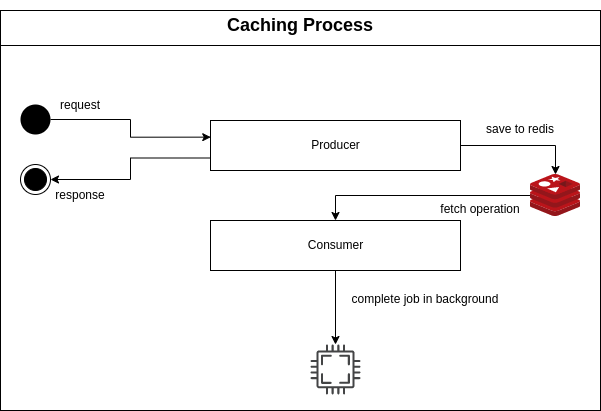
The draw.io diagram diagram-queue.png in Tobils/nestjs-queue, before a commit. Source tidied: cells renumbered, new cells last; positions are measured from the earlier drawing's top-left corner, leaving out a move shared by most shapes. The source it was exported from:
```xml
<mxGraphModel>
  <root>
    <mxCell id="0" />
    <mxCell id="1" parent="0" />
    <mxCell id="2" style="group;" parent="1" vertex="1">
      <mxGeometry width="600" height="400" as="geometry" />
    </mxCell>
    <mxCell id="3" style="html=1;fillColor=none;" parent="2" vertex="1">
      <mxGeometry width="600" height="400" as="geometry" />
    </mxCell>
    <mxCell id="4" value="Producer" style="html=1;" parent="2" vertex="1">
      <mxGeometry x="210" y="110" width="250" height="50" as="geometry" />
    </mxCell>
    <mxCell id="5" value="Consumer" style="html=1;" parent="2" vertex="1">
      <mxGeometry x="210" y="210" width="250" height="50" as="geometry" />
    </mxCell>
    <mxCell id="6" style="edgeStyle=orthogonalEdgeStyle;rounded=0;jettySize=auto;html=1;" parent="2" edge="1" source="7" target="5">
      <mxGeometry relative="1" as="geometry" />
    </mxCell>
    <mxCell id="7" style="sketch=0;html=1;points=[];align=center;image;fontSize=12;image=img/lib/mscae/Cache_Redis_Product.svg;" parent="2" vertex="1">
      <mxGeometry x="530" y="164" width="50" height="42" as="geometry" />
    </mxCell>
    <mxCell id="8" style="edgeStyle=orthogonalEdgeStyle;rounded=0;jettySize=auto;html=1;" parent="2" edge="1" source="4" target="7">
      <mxGeometry relative="1" as="geometry" />
    </mxCell>
    <mxCell id="9" style="ellipse;html=1;shape=endState;fillColor=#000000;strokeColor=#000000;" parent="2" vertex="1">
      <mxGeometry x="20" y="154" width="30" height="30" as="geometry" />
    </mxCell>
    <mxCell id="10" style="edgeStyle=orthogonalEdgeStyle;rounded=0;jettySize=auto;html=1;entryX=1;entryY=0.5;entryDx=0;entryDy=0;exitX=0;exitY=0.75;exitDx=0;exitDy=0;" parent="2" edge="1" source="4" target="9">
      <mxGeometry relative="1" as="geometry" />
    </mxCell>
    <mxCell id="11" style="ellipse;fillColor=#000000;strokeColor=none;" parent="2" vertex="1">
      <mxGeometry x="20" y="94" width="30" height="30" as="geometry" />
    </mxCell>
    <mxCell id="12" style="edgeStyle=orthogonalEdgeStyle;rounded=0;jettySize=auto;html=1;entryX=0.001;entryY=0.333;entryDx=0;entryDy=0;entryPerimeter=0;" parent="2" edge="1" source="11" target="4">
      <mxGeometry relative="1" as="geometry">
        <Array as="points">
          <mxPoint x="130" y="109" />
          <mxPoint x="130" y="127" />
        </Array>
      </mxGeometry>
    </mxCell>
    <mxCell id="13" style="sketch=0;shadow=0;dashed=0;html=1;strokeColor=none;fillColor=#434445;labelPosition=center;verticalLabelPosition=bottom;verticalAlign=top;align=center;outlineConnect=0;shape=mxgraph.vvd.cpu;" parent="2" vertex="1">
      <mxGeometry x="310" y="334" width="50" height="50" as="geometry" />
    </mxCell>
    <mxCell id="14" style="edgeStyle=orthogonalEdgeStyle;rounded=0;jettySize=auto;html=1;" parent="2" edge="1" source="5" target="13">
      <mxGeometry relative="1" as="geometry" />
    </mxCell>
    <mxCell id="15" value="request" style="text;html=1;strokeColor=none;fillColor=none;align=center;verticalAlign=middle;whiteSpace=wrap;rounded=0;" parent="2" vertex="1">
      <mxGeometry x="50" y="80" width="60" height="30" as="geometry" />
    </mxCell>
    <mxCell id="16" value="response" style="text;html=1;strokeColor=none;fillColor=none;align=center;verticalAlign=middle;whiteSpace=wrap;rounded=0;" parent="2" vertex="1">
      <mxGeometry x="50" y="170" width="60" height="30" as="geometry" />
    </mxCell>
    <mxCell id="17" value="save to redis" style="text;html=1;strokeColor=none;fillColor=none;align=center;verticalAlign=middle;whiteSpace=wrap;rounded=0;" parent="2" vertex="1">
      <mxGeometry x="470" y="104" width="100" height="30" as="geometry" />
    </mxCell>
    <mxCell id="18" value="fetch operation" style="text;html=1;strokeColor=none;fillColor=none;align=center;verticalAlign=middle;whiteSpace=wrap;rounded=0;" parent="2" vertex="1">
      <mxGeometry x="430" y="184" width="100" height="30" as="geometry" />
    </mxCell>
    <mxCell id="19" value="complete job in background" style="text;html=1;strokeColor=none;fillColor=none;align=center;verticalAlign=middle;whiteSpace=wrap;rounded=0;" parent="2" vertex="1">
      <mxGeometry x="340" y="274" width="170" height="30" as="geometry" />
    </mxCell>
    <mxCell id="20" style="line;strokeWidth=1;dashed=0;labelPosition=right;align=left;verticalAlign=middle;spacingTop=0;spacingLeft=6;" parent="2" vertex="1">
      <mxGeometry y="30" width="600" height="10" as="geometry" />
    </mxCell>
    <mxCell id="21" value="&lt;h2&gt;Caching Process&lt;/h2&gt;" style="text;html=1;strokeColor=none;fillColor=none;align=center;verticalAlign=middle;whiteSpace=wrap;rounded=0;" parent="2" vertex="1">
      <mxGeometry x="210" width="180" height="30" as="geometry" />
    </mxCell>
  </root>
</mxGraphModel>
```
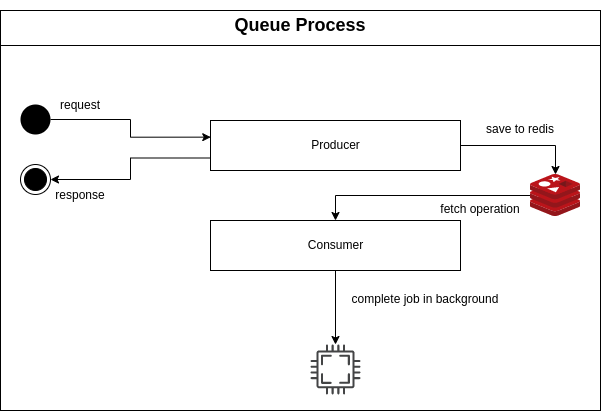
The same file after the commit.

Change to the diagram source:
```diff
@@ -64,7 +64,7 @@
     <mxCell id="20" style="line;strokeWidth=1;dashed=0;labelPosition=right;align=left;verticalAlign=middle;spacingTop=0;spacingLeft=6;" parent="2" vertex="1">
       <mxGeometry y="30" width="600" height="10" as="geometry" />
     </mxCell>
-    <mxCell id="21" value="&lt;h2&gt;Caching Process&lt;/h2&gt;" style="text;html=1;strokeColor=none;fillColor=none;align=center;verticalAlign=middle;whiteSpace=wrap;rounded=0;" parent="2" vertex="1">
+    <mxCell id="21" value="&lt;h2&gt;Queue Process&lt;/h2&gt;" style="text;html=1;strokeColor=none;fillColor=none;align=center;verticalAlign=middle;whiteSpace=wrap;rounded=0;" parent="2" vertex="1">
       <mxGeometry x="210" width="180" height="30" as="geometry" />
     </mxCell>
   </root>
```
